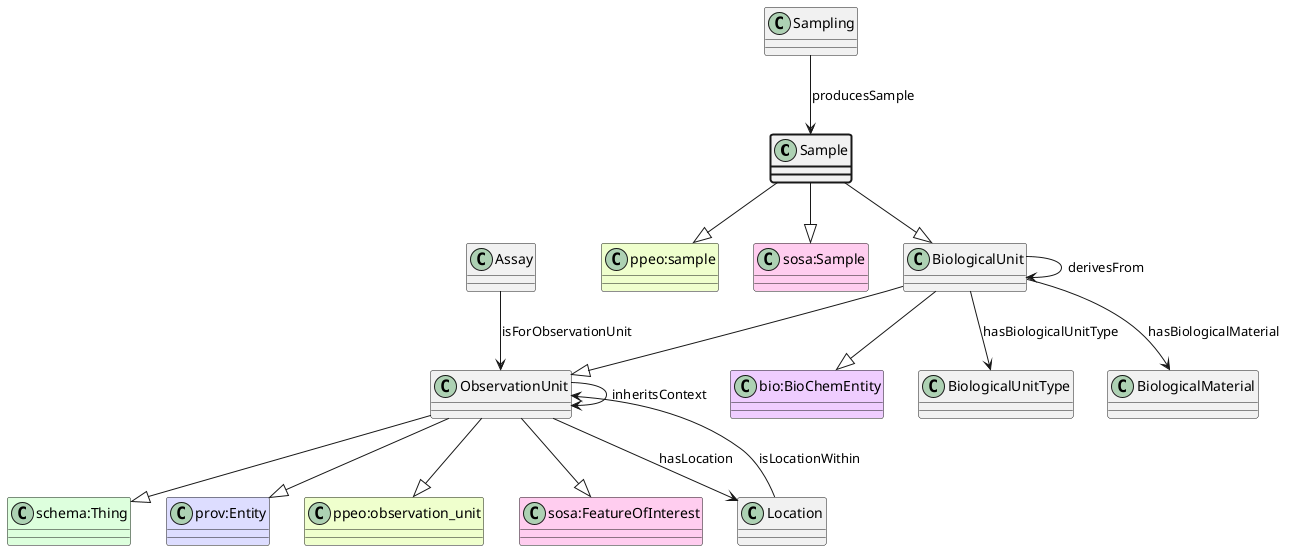
Above: ttl_uml/ttl_appn_Sample.png in aus-plant-phenomics-network/appn-schema (PlantUML), before the change.
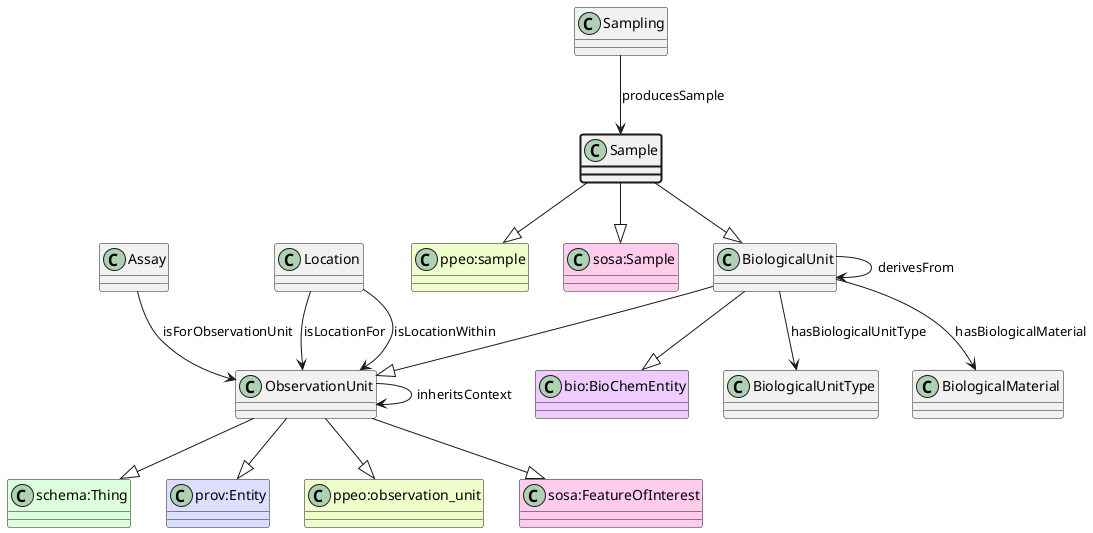
After the commit.

Change to the diagram source:
```diff
@@ -31,7 +31,7 @@
 class ObservationUnit
 ObservationUnit --> ObservationUnit : inheritsContext
 class Location
-ObservationUnit --> Location : hasLocation
+Location --> ObservationUnit : isLocationFor
 class Location
 Location --> ObservationUnit : isLocationWithin
 @enduml
```
